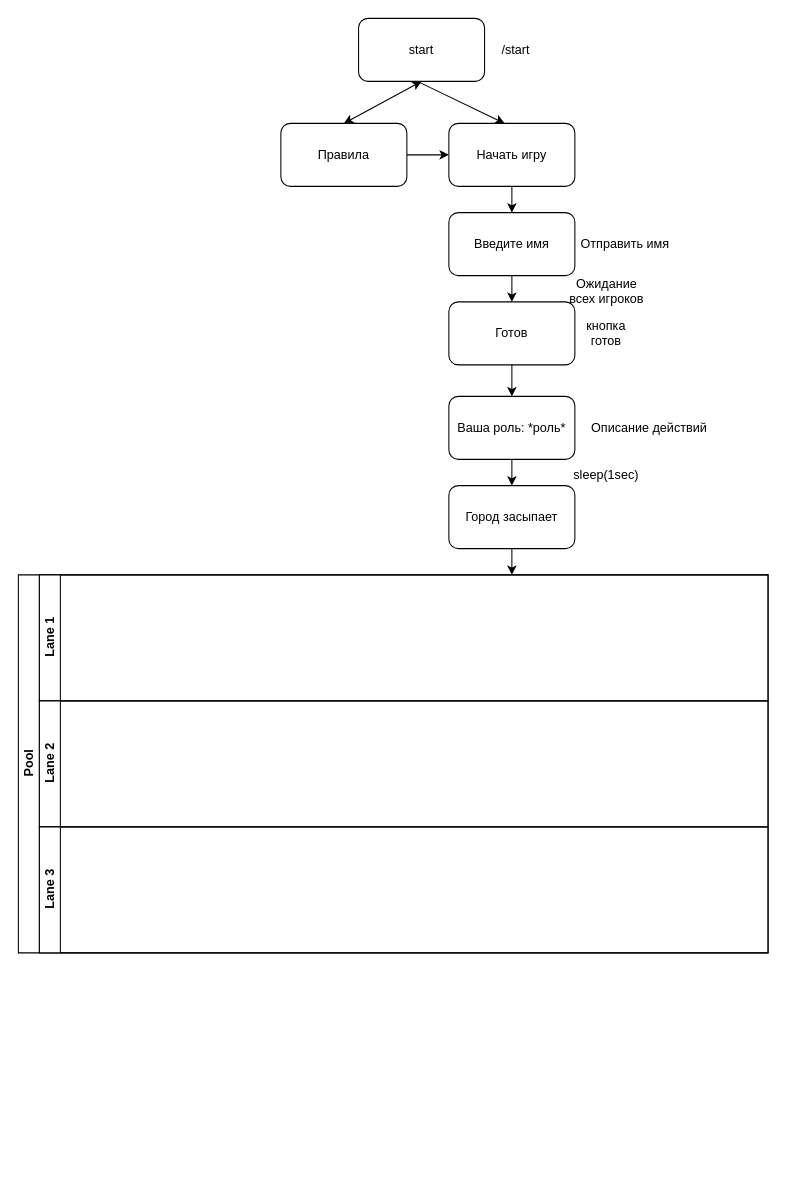
Above: page "Страница — 1" (1 of 2) of Диаграмма без названия.drawio in HereWeGoFirstly/WerewolvessGameBot (draw.io), before the change. Source tidied: cells renumbered, new cells numbered last; positions are measured from the earlier drawing's top-left corner, leaving out a move shared by most shapes. Both pictures are drawn from the tidied source at 105%, with x=0, y=0 at pixel (18, 18).
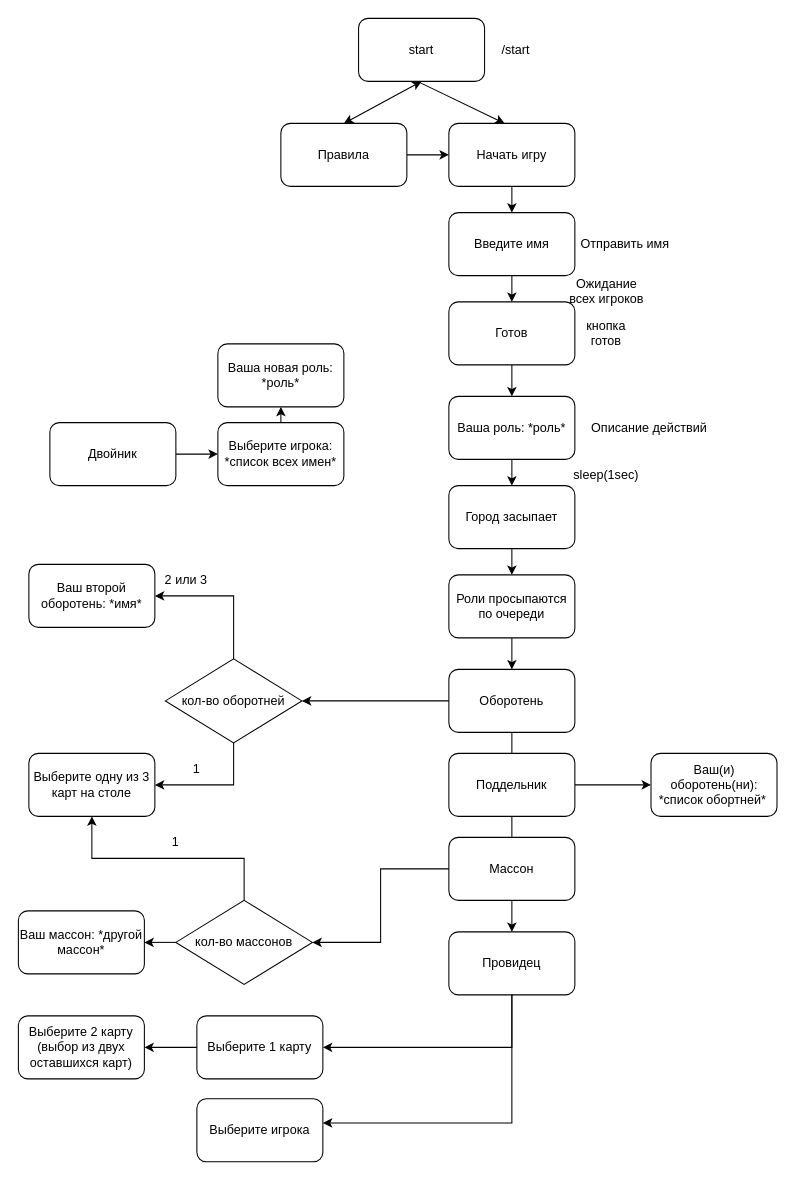
The same page after the edit.

The edit, as a diff of the source:
```diff
@@
-    <mxCell id="23" value="Pool" style="swimlane;horizontal=0;startSize=20;html=1;" parent="1" vertex="1">
-      <mxGeometry y="530" width="714" height="360" as="geometry" />
-    </mxCell>
-    <mxCell id="24" value="Lane 1" style="swimlane;startSize=20;horizontal=0;html=1;" parent="23" vertex="1">
-      <mxGeometry x="20" width="694" height="120" as="geometry" />
-    </mxCell>
-    <mxCell id="25" value="Lane 2" style="swimlane;startSize=20;horizontal=0;html=1;" parent="23" vertex="1">
-      <mxGeometry x="20" y="120" width="694" height="120" as="geometry" />
-    </mxCell>
-    <mxCell id="26" value="Lane 3" style="swimlane;startSize=20;horizontal=0;html=1;" parent="23" vertex="1">
-      <mxGeometry x="20" y="240" width="694" height="120" as="geometry" />
-    </mxCell>
+    <mxCell id="27" style="edgeStyle=orthogonalEdgeStyle;rounded=0;jettySize=auto;html=1;exitX=0;exitY=0.5;exitDx=0;exitDy=0;entryX=1;entryY=0.5;entryDx=0;entryDy=0;" parent="1" edge="1" source="29" target="40">
+      <mxGeometry relative="1" as="geometry" />
+    </mxCell>
+    <mxCell id="28" style="edgeStyle=orthogonalEdgeStyle;rounded=0;jettySize=auto;html=1;exitX=0.5;exitY=1;exitDx=0;exitDy=0;" parent="1" edge="1" source="29">
+      <mxGeometry relative="1" as="geometry">
+        <mxPoint x="470" y="720" as="targetPoint" />
+      </mxGeometry>
+    </mxCell>
+    <mxCell id="29" value="Оборотень" style="rounded=1;whiteSpace=wrap;html=1;" parent="1" vertex="1">
+      <mxGeometry x="410" y="620" width="120" height="60" as="geometry" />
+    </mxCell>
+    <mxCell id="30" value="Ваш второй оборотень: *имя*" style="rounded=1;whiteSpace=wrap;html=1;" parent="1" vertex="1">
+      <mxGeometry x="10" y="520" width="120" height="60" as="geometry" />
+    </mxCell>
+    <mxCell id="31" style="edgeStyle=orthogonalEdgeStyle;rounded=0;jettySize=auto;html=1;exitX=0.5;exitY=1;exitDx=0;exitDy=0;entryX=0.5;entryY=0;entryDx=0;entryDy=0;" parent="1" edge="1" source="32" target="29">
+      <mxGeometry relative="1" as="geometry" />
+    </mxCell>
+    <mxCell id="32" value="Роли просыпаются по очереди" style="rounded=1;whiteSpace=wrap;html=1;" parent="1" vertex="1">
+      <mxGeometry x="410" y="530" width="120" height="60" as="geometry" />
+    </mxCell>
+    <mxCell id="33" style="edgeStyle=orthogonalEdgeStyle;rounded=0;jettySize=auto;html=1;exitX=1;exitY=0.5;exitDx=0;exitDy=0;entryX=0;entryY=0.5;entryDx=0;entryDy=0;" parent="1" edge="1" source="34" target="36">
+      <mxGeometry relative="1" as="geometry" />
+    </mxCell>
+    <mxCell id="34" value="Двойник" style="rounded=1;whiteSpace=wrap;html=1;" parent="1" vertex="1">
+      <mxGeometry x="30" y="385" width="120" height="60" as="geometry" />
+    </mxCell>
+    <mxCell id="35" style="edgeStyle=orthogonalEdgeStyle;rounded=0;jettySize=auto;html=1;exitX=0.5;exitY=0;exitDx=0;exitDy=0;entryX=0.5;entryY=1;entryDx=0;entryDy=0;" parent="1" edge="1" source="36" target="43">
+      <mxGeometry relative="1" as="geometry" />
+    </mxCell>
+    <mxCell id="36" value="Выберите игрока: *список всех имен*" style="rounded=1;whiteSpace=wrap;html=1;" parent="1" vertex="1">
+      <mxGeometry x="190" y="385" width="120" height="60" as="geometry" />
+    </mxCell>
+    <mxCell id="37" value="Выберите одну из 3 карт на столе" style="rounded=1;whiteSpace=wrap;html=1;" parent="1" vertex="1">
+      <mxGeometry x="10" y="700" width="120" height="60" as="geometry" />
+    </mxCell>
+    <mxCell id="38" style="edgeStyle=orthogonalEdgeStyle;rounded=0;jettySize=auto;html=1;exitX=0.5;exitY=1;exitDx=0;exitDy=0;entryX=1;entryY=0.5;entryDx=0;entryDy=0;" parent="1" edge="1" source="40" target="37">
+      <mxGeometry relative="1" as="geometry" />
+    </mxCell>
+    <mxCell id="39" style="edgeStyle=orthogonalEdgeStyle;rounded=0;jettySize=auto;html=1;exitX=0.5;exitY=0;exitDx=0;exitDy=0;entryX=1;entryY=0.5;entryDx=0;entryDy=0;" parent="1" edge="1" source="40" target="30">
+      <mxGeometry relative="1" as="geometry" />
+    </mxCell>
+    <mxCell id="40" value="кол-во оборотней" style="rhombus;whiteSpace=wrap;html=1;" parent="1" vertex="1">
+      <mxGeometry x="140" y="610" width="130" height="80" as="geometry" />
+    </mxCell>
+    <mxCell id="41" value="1" style="text;html=1;strokeColor=none;fillColor=none;align=center;verticalAlign=middle;whiteSpace=wrap;rounded=0;" parent="1" vertex="1">
+      <mxGeometry x="140" y="700" width="60" height="30" as="geometry" />
+    </mxCell>
+    <mxCell id="42" value="2 или 3" style="text;html=1;strokeColor=none;fillColor=none;align=center;verticalAlign=middle;whiteSpace=wrap;rounded=0;" parent="1" vertex="1">
+      <mxGeometry x="130" y="520" width="60" height="30" as="geometry" />
+    </mxCell>
+    <mxCell id="43" value="Ваша новая роль: *роль*" style="rounded=1;whiteSpace=wrap;html=1;" parent="1" vertex="1">
+      <mxGeometry x="190" y="310" width="120" height="60" as="geometry" />
+    </mxCell>
+    <mxCell id="44" style="edgeStyle=orthogonalEdgeStyle;rounded=0;jettySize=auto;html=1;exitX=1;exitY=0.5;exitDx=0;exitDy=0;entryX=0;entryY=0.5;entryDx=0;entryDy=0;" parent="1" edge="1" source="46" target="47">
+      <mxGeometry relative="1" as="geometry" />
+    </mxCell>
+    <mxCell id="45" style="edgeStyle=orthogonalEdgeStyle;rounded=0;jettySize=auto;html=1;exitX=0.5;exitY=1;exitDx=0;exitDy=0;" parent="1" edge="1" source="46">
+      <mxGeometry relative="1" as="geometry">
+        <mxPoint x="470" y="810" as="targetPoint" />
+      </mxGeometry>
+    </mxCell>
+    <mxCell id="46" value="Поддельник" style="rounded=1;whiteSpace=wrap;html=1;" parent="1" vertex="1">
+      <mxGeometry x="410" y="700" width="120" height="60" as="geometry" />
+    </mxCell>
+    <mxCell id="47" value="Ваш(и) оборотень(ни): *список обортней*&amp;nbsp;" style="rounded=1;whiteSpace=wrap;html=1;" parent="1" vertex="1">
+      <mxGeometry x="602.5" y="700" width="120" height="60" as="geometry" />
+    </mxCell>
+    <mxCell id="48" style="edgeStyle=orthogonalEdgeStyle;rounded=0;jettySize=auto;html=1;exitX=0;exitY=0.5;exitDx=0;exitDy=0;entryX=1;entryY=0.5;entryDx=0;entryDy=0;" parent="1" edge="1" source="50" target="53">
+      <mxGeometry relative="1" as="geometry" />
+    </mxCell>
+    <mxCell id="49" style="edgeStyle=orthogonalEdgeStyle;rounded=0;jettySize=auto;html=1;exitX=0.5;exitY=1;exitDx=0;exitDy=0;" parent="1" edge="1" source="50">
+      <mxGeometry relative="1" as="geometry">
+        <mxPoint x="470" y="870" as="targetPoint" />
+      </mxGeometry>
+    </mxCell>
+    <mxCell id="50" value="Массон" style="rounded=1;whiteSpace=wrap;html=1;" parent="1" vertex="1">
+      <mxGeometry x="410" y="780" width="120" height="60" as="geometry" />
+    </mxCell>
+    <mxCell id="51" style="edgeStyle=orthogonalEdgeStyle;rounded=0;jettySize=auto;html=1;exitX=0.5;exitY=0;exitDx=0;exitDy=0;entryX=0.5;entryY=1;entryDx=0;entryDy=0;" parent="1" edge="1" source="53" target="37">
+      <mxGeometry relative="1" as="geometry" />
+    </mxCell>
+    <mxCell id="52" style="edgeStyle=orthogonalEdgeStyle;rounded=0;jettySize=auto;html=1;exitX=0;exitY=0.5;exitDx=0;exitDy=0;entryX=1;entryY=0.5;entryDx=0;entryDy=0;" parent="1" edge="1" source="53" target="55">
+      <mxGeometry relative="1" as="geometry" />
+    </mxCell>
+    <mxCell id="53" value="кол-во массонов" style="rhombus;whiteSpace=wrap;html=1;" parent="1" vertex="1">
+      <mxGeometry x="150" y="840" width="130" height="80" as="geometry" />
+    </mxCell>
+    <mxCell id="54" value="1" style="text;html=1;strokeColor=none;fillColor=none;align=center;verticalAlign=middle;whiteSpace=wrap;rounded=0;" parent="1" vertex="1">
+      <mxGeometry x="120" y="770" width="60" height="30" as="geometry" />
+    </mxCell>
+    <mxCell id="55" value="Ваш массон: *другой массон*" style="rounded=1;whiteSpace=wrap;html=1;" parent="1" vertex="1">
+      <mxGeometry y="850" width="120" height="60" as="geometry" />
+    </mxCell>
+    <mxCell id="56" style="edgeStyle=orthogonalEdgeStyle;rounded=0;jettySize=auto;html=1;exitX=0.5;exitY=1;exitDx=0;exitDy=0;entryX=1;entryY=0.5;entryDx=0;entryDy=0;" parent="1" edge="1" source="57" target="59">
+      <mxGeometry relative="1" as="geometry" />
+    </mxCell>
+    <mxCell id="57" value="Провидец" style="rounded=1;whiteSpace=wrap;html=1;" parent="1" vertex="1">
+      <mxGeometry x="410" y="870" width="120" height="60" as="geometry" />
+    </mxCell>
+    <mxCell id="58" style="edgeStyle=orthogonalEdgeStyle;rounded=0;jettySize=auto;html=1;exitX=0;exitY=0.5;exitDx=0;exitDy=0;" parent="1" edge="1" source="59" target="60">
+      <mxGeometry relative="1" as="geometry" />
+    </mxCell>
+    <mxCell id="59" value="Выберите 1 карту" style="rounded=1;whiteSpace=wrap;html=1;" parent="1" vertex="1">
+      <mxGeometry x="170" y="950" width="120" height="60" as="geometry" />
+    </mxCell>
+    <mxCell id="60" value="Выберите 2 карту&lt;br&gt;(выбор из двух оставшихся карт)" style="rounded=1;whiteSpace=wrap;html=1;" parent="1" vertex="1">
+      <mxGeometry y="950" width="120" height="60" as="geometry" />
+    </mxCell>
+    <mxCell id="61" value="Выберите игрока" style="rounded=1;whiteSpace=wrap;html=1;" parent="1" vertex="1">
+      <mxGeometry x="170" y="1029" width="120" height="60" as="geometry" />
+    </mxCell>
+    <mxCell id="62" style="edgeStyle=orthogonalEdgeStyle;rounded=0;jettySize=auto;html=1;exitX=0.5;exitY=1;exitDx=0;exitDy=0;entryX=1;entryY=0.383;entryDx=0;entryDy=0;entryPerimeter=0;" parent="1" edge="1" source="57" target="61">
+      <mxGeometry relative="1" as="geometry" />
+    </mxCell>
```
